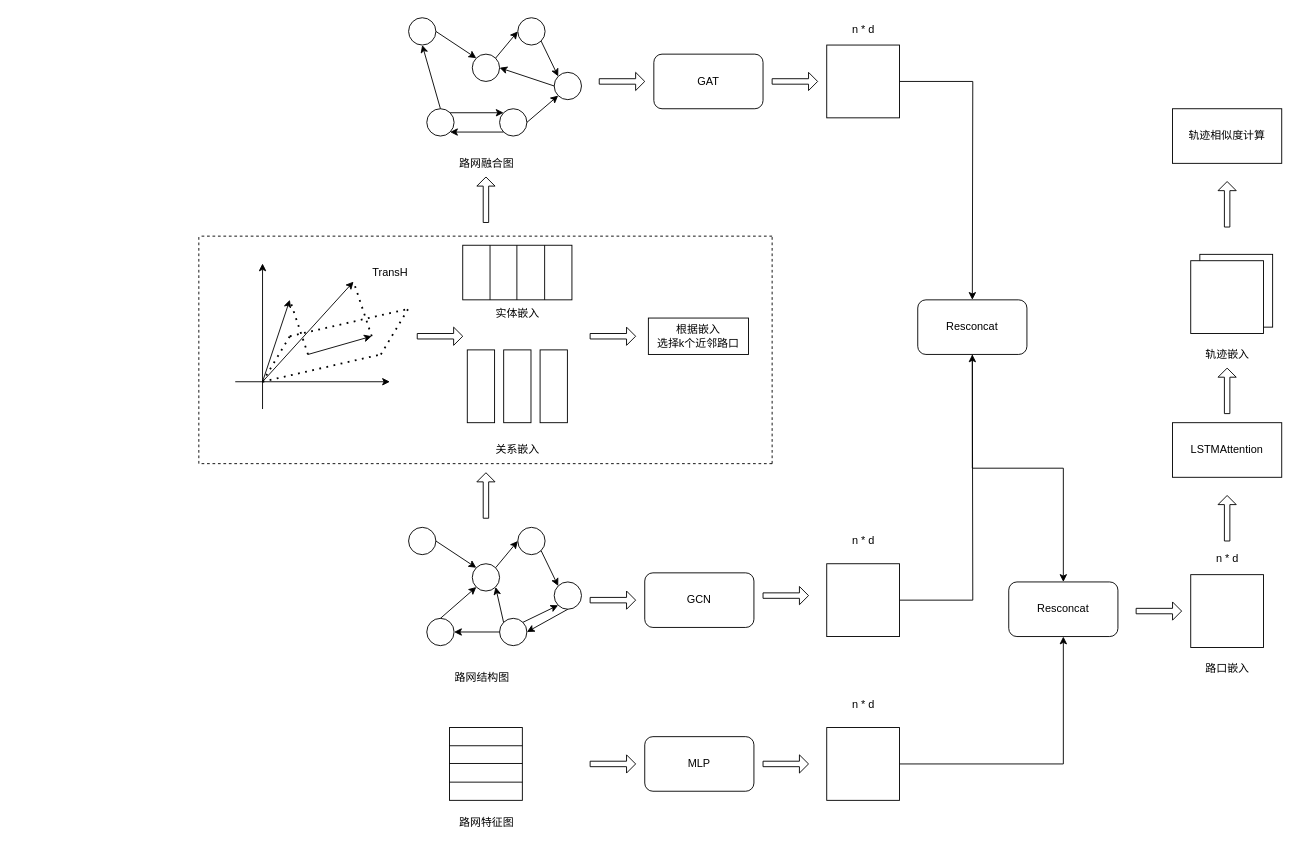
Above: page "第 2 页" (2 of 3) of 未命名绘图.drawio in Alina713/MGLSTM (draw.io), before the change. Source tidied: cells renumbered, new cells numbered last; positions are measured from the earlier drawing's top-left corner, leaving out a move shared by most shapes. Both pictures are drawn from the tidied source at 91%, with x=0, y=0 at pixel (198, 15).
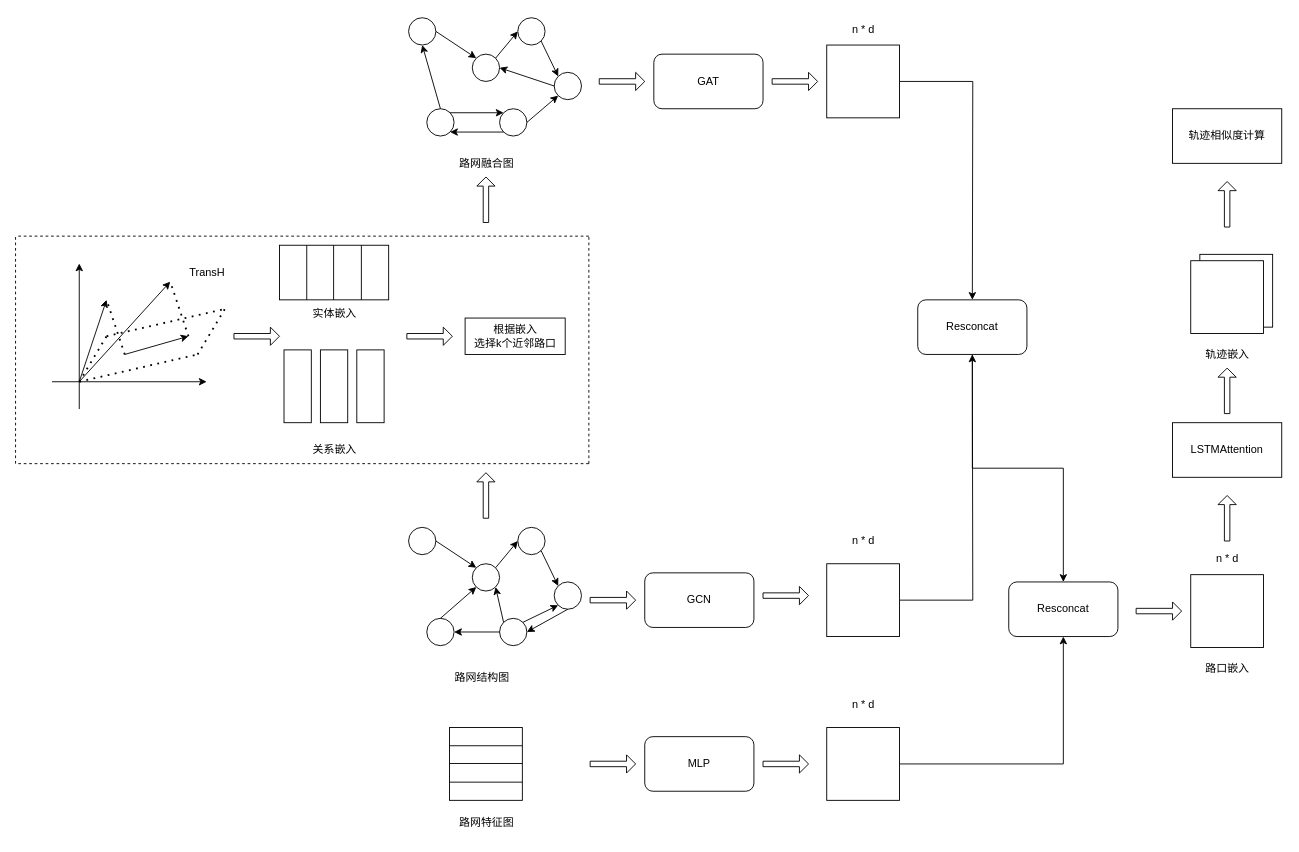
The same page after the edit.

Commit message:
更新未命名绘图.drawio

What changed in the source:
```diff
@@
     <mxCell id="16" style="endArrow=classic;html=1;rounded=0;" parent="1" edge="1">
       <mxGeometry relative="1" as="geometry">
-        <mxPoint x="70" y="432" as="sourcePoint" />
-        <mxPoint x="70" y="272" as="targetPoint" />
+        <mxPoint x="-131.4" y="432" as="sourcePoint" />
+        <mxPoint x="-131.4" y="272" as="targetPoint" />
       </mxGeometry>
     </mxCell>
     <mxCell id="17" style="endArrow=classic;html=1;rounded=0;" parent="1" edge="1">
       <mxGeometry relative="1" as="geometry">
-        <mxPoint x="40" y="402" as="sourcePoint" />
-        <mxPoint x="210" y="402" as="targetPoint" />
+        <mxPoint x="-161.4" y="402" as="sourcePoint" />
+        <mxPoint x="8.6" y="402" as="targetPoint" />
       </mxGeometry>
     </mxCell>
     <mxCell id="18" style="endArrow=classic;html=1;rounded=0;" parent="1" edge="1">
       <mxGeometry relative="1" as="geometry">
-        <mxPoint x="70" y="402" as="sourcePoint" />
-        <mxPoint x="100" y="312" as="targetPoint" />
+        <mxPoint x="-131.4" y="402" as="sourcePoint" />
+        <mxPoint x="-101.4" y="312" as="targetPoint" />
       </mxGeometry>
     </mxCell>
     <mxCell id="19" style="endArrow=classic;html=1;rounded=0;" parent="1" edge="1">
       <mxGeometry relative="1" as="geometry">
-        <mxPoint x="70" y="402" as="sourcePoint" />
-        <mxPoint x="170" y="292" as="targetPoint" />
+        <mxPoint x="-131.4" y="402" as="sourcePoint" />
+        <mxPoint x="-31.4" y="292" as="targetPoint" />
       </mxGeometry>
     </mxCell>
     <mxCell id="20" style="endArrow=none;dashed=1;html=1;dashPattern=1 3;strokeWidth=2;rounded=0;" parent="1" edge="1">
       <mxGeometry relative="1" as="geometry">
-        <mxPoint x="70" y="402" as="sourcePoint" />
-        <mxPoint x="100" y="352" as="targetPoint" />
+        <mxPoint x="-131.4" y="402" as="sourcePoint" />
+        <mxPoint x="-101.4" y="352" as="targetPoint" />
       </mxGeometry>
     </mxCell>
     <mxCell id="21" style="endArrow=none;dashed=1;html=1;dashPattern=1 3;strokeWidth=2;rounded=0;" parent="1" edge="1">
       <mxGeometry relative="1" as="geometry">
-        <mxPoint x="70" y="402" as="sourcePoint" />
-        <mxPoint x="200" y="372" as="targetPoint" />
+        <mxPoint x="-131.4" y="402" as="sourcePoint" />
+        <mxPoint x="-1.4" y="372" as="targetPoint" />
       </mxGeometry>
     </mxCell>
     <mxCell id="22" style="endArrow=none;dashed=1;html=1;dashPattern=1 3;strokeWidth=2;rounded=0;" parent="1" edge="1">
       <mxGeometry relative="1" as="geometry">
-        <mxPoint x="100" y="352" as="sourcePoint" />
-        <mxPoint x="230" y="322" as="targetPoint" />
+        <mxPoint x="-101.4" y="352" as="sourcePoint" />
+        <mxPoint x="28.6" y="322" as="targetPoint" />
       </mxGeometry>
     </mxCell>
     <mxCell id="23" style="endArrow=none;dashed=1;html=1;dashPattern=1 3;strokeWidth=2;rounded=0;" parent="1" edge="1">
       <mxGeometry relative="1" as="geometry">
-        <mxPoint x="200" y="372" as="sourcePoint" />
-        <mxPoint x="230" y="322" as="targetPoint" />
+        <mxPoint x="-1.4" y="372" as="sourcePoint" />
+        <mxPoint x="28.6" y="322" as="targetPoint" />
       </mxGeometry>
     </mxCell>
     <mxCell id="24" style="endArrow=none;dashed=1;html=1;dashPattern=1 3;strokeWidth=2;rounded=0;" parent="1" edge="1">
       <mxGeometry relative="1" as="geometry">
-        <mxPoint x="120" y="372" as="sourcePoint" />
-        <mxPoint x="100" y="312" as="targetPoint" />
+        <mxPoint x="-81.4" y="372" as="sourcePoint" />
+        <mxPoint x="-101.4" y="312" as="targetPoint" />
       </mxGeometry>
     </mxCell>
     <mxCell id="25" style="endArrow=none;dashed=1;html=1;dashPattern=1 3;strokeWidth=2;rounded=0;" parent="1" edge="1">
       <mxGeometry relative="1" as="geometry">
-        <mxPoint x="190" y="352" as="sourcePoint" />
-        <mxPoint x="170" y="292" as="targetPoint" />
+        <mxPoint x="-11.4" y="352" as="sourcePoint" />
+        <mxPoint x="-31.4" y="292" as="targetPoint" />
       </mxGeometry>
     </mxCell>
     <mxCell id="26" style="endArrow=classic;html=1;rounded=0;" parent="1" edge="1">
       <mxGeometry relative="1" as="geometry">
-        <mxPoint x="120" y="372" as="sourcePoint" />
-        <mxPoint x="190" y="352" as="targetPoint" />
+        <mxPoint x="-81.4" y="372" as="sourcePoint" />
+        <mxPoint x="-11.4" y="352" as="targetPoint" />
       </mxGeometry>
     </mxCell>
     <mxCell id="27" style="shape=singleArrow;whiteSpace=wrap;html=1;" parent="1" vertex="1">
-      <mxGeometry x="240" y="342" width="50" height="20" as="geometry" />
+      <mxGeometry x="38.6" y="342" width="50" height="20" as="geometry" />
     </mxCell>
     <mxCell id="28" style="rounded=0;whiteSpace=wrap;html=1;" parent="1" vertex="1">
-      <mxGeometry x="290" y="252" width="120" height="60" as="geometry" />
+      <mxGeometry x="88.6" y="252" width="120" height="60" as="geometry" />
     </mxCell>
@@
     <mxCell id="30" style="endArrow=none;html=1;rounded=0;entryX=0.25;entryY=0;entryDx=0;entryDy=0;exitX=0.25;exitY=1;exitDx=0;exitDy=0;" parent="1" edge="1">
       <mxGeometry relative="1" as="geometry">
-        <mxPoint x="349.5" y="312" as="sourcePoint" />
-        <mxPoint x="349.5" y="252" as="targetPoint" />
+        <mxPoint x="148.1" y="312" as="sourcePoint" />
+        <mxPoint x="148.1" y="252" as="targetPoint" />
       </mxGeometry>
     </mxCell>
     <mxCell id="31" style="endArrow=none;html=1;rounded=0;entryX=0.25;entryY=0;entryDx=0;entryDy=0;exitX=0.25;exitY=1;exitDx=0;exitDy=0;" parent="1" edge="1">
       <mxGeometry relative="1" as="geometry">
-        <mxPoint x="380" y="312" as="sourcePoint" />
-        <mxPoint x="380" y="252" as="targetPoint" />
+        <mxPoint x="178.6" y="312" as="sourcePoint" />
+        <mxPoint x="178.6" y="252" as="targetPoint" />
       </mxGeometry>
     </mxCell>
     <mxCell id="32" style="rounded=0;whiteSpace=wrap;html=1;rotation=-90;" parent="1" vertex="1">
-      <mxGeometry x="270" y="392" width="80" height="30" as="geometry" />
+      <mxGeometry x="68.6" y="392" width="80" height="30" as="geometry" />
     </mxCell>
     <mxCell id="33" style="rounded=0;whiteSpace=wrap;html=1;rotation=-90;" parent="1" vertex="1">
-      <mxGeometry x="310" y="392" width="80" height="30" as="geometry" />
+      <mxGeometry x="108.6" y="392" width="80" height="30" as="geometry" />
     </mxCell>
     <mxCell id="34" style="rounded=0;whiteSpace=wrap;html=1;rotation=-90;" parent="1" vertex="1">
-      <mxGeometry x="350" y="392" width="80" height="30" as="geometry" />
+      <mxGeometry x="148.6" y="392" width="80" height="30" as="geometry" />
     </mxCell>
     <mxCell id="35" value="TransH" style="text;html=1;align=center;verticalAlign=middle;strokeColor=none;fillColor=none;" parent="1" vertex="1">
-      <mxGeometry x="180" y="267" width="60" height="30" as="geometry" />
+      <mxGeometry x="-21.4" y="267" width="60" height="30" as="geometry" />
     </mxCell>
     <mxCell id="36" value="实体嵌入" style="text;html=1;align=center;verticalAlign=middle;strokeColor=none;fillColor=none;" parent="1" vertex="1">
-      <mxGeometry x="315" y="312" width="70" height="30" as="geometry" />
+      <mxGeometry x="113.6" y="312" width="70" height="30" as="geometry" />
     </mxCell>
     <mxCell id="37" value="关系嵌入" style="text;html=1;align=center;verticalAlign=middle;strokeColor=none;fillColor=none;" parent="1" vertex="1">
-      <mxGeometry x="315" y="462" width="70" height="30" as="geometry" />
+      <mxGeometry x="113.6" y="462" width="70" height="30" as="geometry" />
     </mxCell>
     <mxCell id="38" style="shape=singleArrow;whiteSpace=wrap;html=1;" parent="1" vertex="1">
-      <mxGeometry x="430" y="342" width="50" height="20" as="geometry" />
+      <mxGeometry x="228.6" y="342" width="50" height="20" as="geometry" />
     </mxCell>
-    <mxCell id="39" value="根据嵌入&lt;div&gt;选择k个近邻路口&lt;/div&gt;" style="rounded=0;whiteSpace=wrap;html=1;" parent="1" vertex="1">
-      <mxGeometry x="494" y="332" width="110" height="40" as="geometry" />
+    <mxCell id="39" value="&lt;font style=&quot;font-size: 12px;&quot;&gt;根据嵌入&lt;/font&gt;&lt;div style=&quot;&quot;&gt;&lt;font style=&quot;font-size: 12px;&quot;&gt;选择k个近邻路口&lt;/font&gt;&lt;/div&gt;" style="rounded=0;whiteSpace=wrap;html=1;" parent="1" vertex="1">
+      <mxGeometry x="292.6" y="332" width="110" height="40" as="geometry" />
     </mxCell>
@@
     <mxCell id="55" style="endArrow=none;dashed=1;html=1;rounded=0;" parent="1" edge="1">
       <mxGeometry relative="1" as="geometry">
-        <mxPoint y="492" as="sourcePoint" />
-        <mxPoint y="242" as="targetPoint" />
+        <mxPoint x="-201.4" y="492" as="sourcePoint" />
+        <mxPoint x="-201.4" y="242" as="targetPoint" />
       </mxGeometry>
     </mxCell>
     <mxCell id="56" style="endArrow=none;dashed=1;html=1;rounded=0;" parent="1" edge="1">
       <mxGeometry relative="1" as="geometry">
-        <mxPoint x="630" y="242" as="sourcePoint" />
-        <mxPoint y="242" as="targetPoint" />
+        <mxPoint x="428.6" y="242" as="sourcePoint" />
+        <mxPoint x="-201.4" y="242" as="targetPoint" />
       </mxGeometry>
     </mxCell>
     <mxCell id="57" style="endArrow=none;dashed=1;html=1;rounded=0;" parent="1" edge="1">
       <mxGeometry relative="1" as="geometry">
-        <mxPoint x="630" y="492" as="sourcePoint" />
-        <mxPoint y="492" as="targetPoint" />
+        <mxPoint x="428.6" y="492" as="sourcePoint" />
+        <mxPoint x="-201.4" y="492" as="targetPoint" />
       </mxGeometry>
     </mxCell>
     <mxCell id="58" style="endArrow=none;dashed=1;html=1;rounded=0;" parent="1" edge="1">
       <mxGeometry relative="1" as="geometry">
-        <mxPoint x="630" y="492" as="sourcePoint" />
-        <mxPoint x="630" y="242" as="targetPoint" />
+        <mxPoint x="428.6" y="492" as="sourcePoint" />
+        <mxPoint x="428.6" y="242" as="targetPoint" />
       </mxGeometry>
     </mxCell>
```
